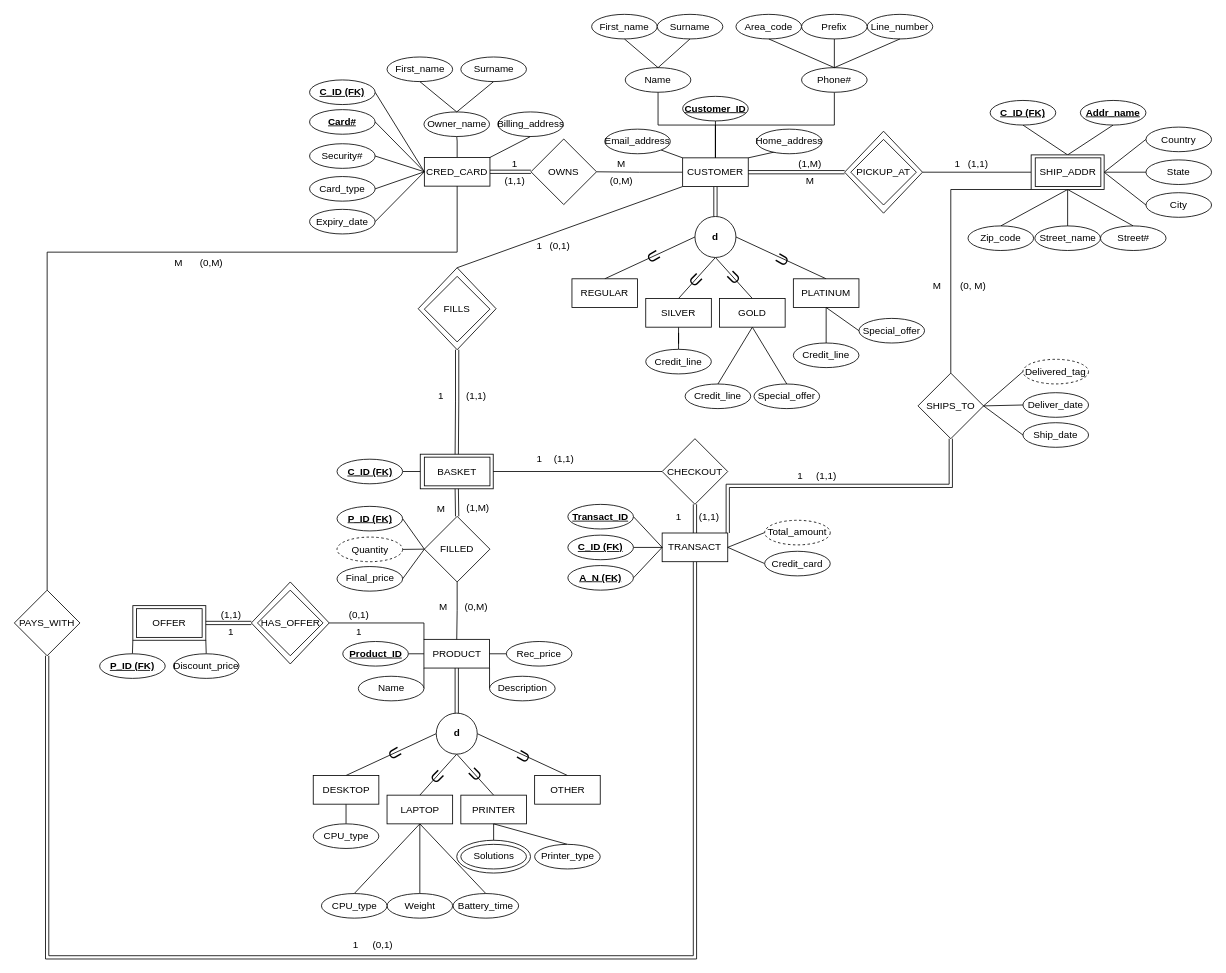
This is Project-Deliverable-1.drawio from RyBres/Database-Project, a draw.io file, before an edit. Source tidied: cells renumbered, new cells numbered last; positions are measured from the earlier drawing's top-left corner, leaving out a move shared by most shapes. Both pictures are drawn from the tidied source at 82%, with x=0, y=0 at pixel (14, 14).
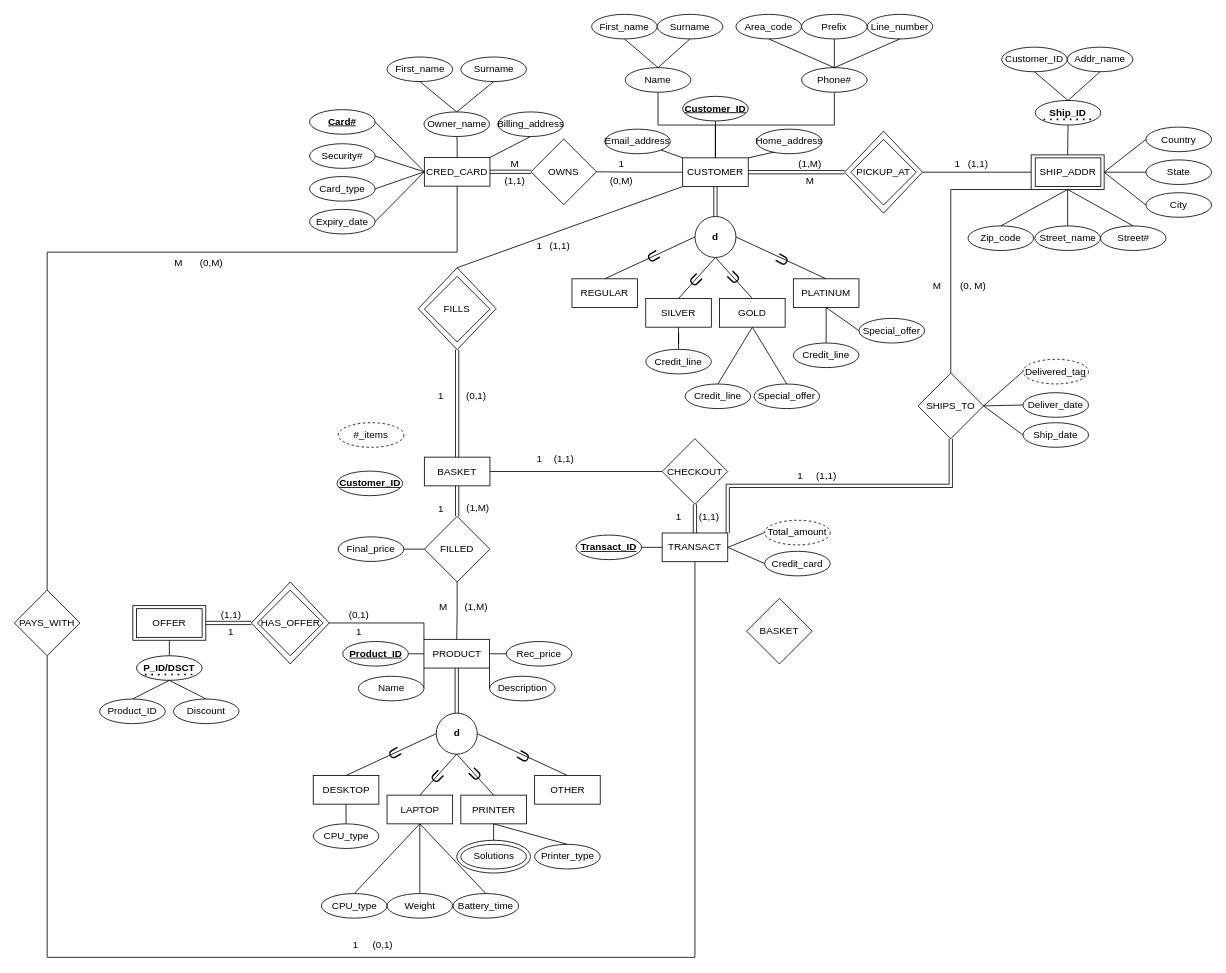
The same page after the edit.

The change refers to these unchanged cells:
```xml
<mxCell id="2" style="rhombus;whiteSpace=wrap;html=1;" parent="1" vertex="1">
  <mxGeometry x="492.5" y="309" width="95" height="100" as="geometry" />
</mxCell>
<mxCell id="4" style="rounded=0;whiteSpace=wrap;html=1;" parent="1" vertex="1">
  <mxGeometry x="144.5" y="721.1" width="89" height="42.2" as="geometry" />
</mxCell>
<mxCell id="10" value="CRED_CARD" style="rounded=0;whiteSpace=wrap;html=1;" parent="1" vertex="1">
  <mxGeometry x="500" y="174.5" width="80" height="35" as="geometry" />
</mxCell>
<mxCell id="90" value="BASKET" style="rounded=0;whiteSpace=wrap;html=1;" parent="1" vertex="1">
  <mxGeometry x="500" y="540" width="80" height="35" as="geometry" />
</mxCell>
<mxCell id="123" value="FILLED" style="rhombus;whiteSpace=wrap;html=1;" parent="1" vertex="1">
  <mxGeometry x="500" y="612.2" width="80" height="80" as="geometry" />
</mxCell>
<mxCell id="128" value="TRANSACT" style="rounded=0;whiteSpace=wrap;html=1;" parent="1" vertex="1">
  <mxGeometry x="790" y="632.5" width="80" height="35" as="geometry" />
</mxCell>
<mxCell id="130" value="CHECKOUT" style="rhombus;whiteSpace=wrap;html=1;" parent="1" vertex="1">
  <mxGeometry x="790" y="517.5" width="80" height="80" as="geometry" />
</mxCell>
<mxCell id="142" value="PAYS_WITH" style="rhombus;whiteSpace=wrap;html=1;" parent="1" vertex="1">
  <mxGeometry y="702.2" width="80" height="80" as="geometry" />
</mxCell>
<mxCell id="183" style="rounded=0;whiteSpace=wrap;html=1;" parent="182" vertex="1">
  <mxGeometry width="89" height="42.2" as="geometry" />
</mxCell>
```

The edit, as a diff of the source:
```diff
@@
+    <mxCell id="220" style="rounded=0;jettySize=auto;html=1;exitX=0.5;exitY=0;exitDx=0;exitDy=0;entryX=0.5;entryY=1;entryDx=0;entryDy=0;endArrow=none;startFill=0;" parent="1" edge="1" source="221" target="4">
+      <mxGeometry relative="1" as="geometry" />
+    </mxCell>
+    <mxCell id="221" value="&lt;b&gt;P_ID/DSCT&lt;/b&gt;" style="ellipse;whiteSpace=wrap;html=1;" parent="1" vertex="1">
+      <mxGeometry x="149" y="782.2" width="80" height="30" as="geometry" />
+    </mxCell>
@@
-    <mxCell id="3" style="rounded=0;whiteSpace=wrap;html=1;" parent="1" vertex="1">
-      <mxGeometry x="495" y="536.4" width="89" height="42.2" as="geometry" />
-    </mxCell>
@@
-    <mxCell id="8" style="edgeStyle=orthogonalEdgeStyle;rounded=0;jettySize=auto;html=1;exitX=0.5;exitY=1;exitDx=0;exitDy=0;endArrow=none;startFill=0;entryX=0.5;entryY=1;entryDx=0;entryDy=0;shape=link;" parent="1" edge="1" source="142" target="128">
+    <mxCell id="8" style="edgeStyle=orthogonalEdgeStyle;rounded=0;jettySize=auto;html=1;exitX=0.5;exitY=1;exitDx=0;exitDy=0;endArrow=none;startFill=0;entryX=0.5;entryY=1;entryDx=0;entryDy=0;" parent="1" edge="1" source="142" target="128">
       <mxGeometry relative="1" as="geometry">
         <Array as="points">
           <mxPoint x="40" y="1150" />
           <mxPoint x="830" y="1150" />
         </Array>
       </mxGeometry>
     </mxCell>
-    <mxCell id="9" style="rounded=0;jettySize=auto;html=1;exitX=0;exitY=0.5;exitDx=0;exitDy=0;entryX=1;entryY=0.5;entryDx=0;entryDy=0;endArrow=none;startFill=0;" parent="1" edge="1" source="10" target="219">
-      <mxGeometry relative="1" as="geometry" />
-    </mxCell>
@@
-    <mxCell id="39" style="rounded=0;jettySize=auto;html=1;exitX=0.5;exitY=1;exitDx=0;exitDy=0;entryX=0.5;entryY=0;entryDx=0;entryDy=0;endArrow=none;startFill=0;" parent="1" edge="1" source="40" target="183">
-      <mxGeometry relative="1" as="geometry" />
-    </mxCell>
-    <mxCell id="40" value="&lt;b&gt;&lt;u&gt;Addr_name&lt;/u&gt;&lt;/b&gt;" style="ellipse;whiteSpace=wrap;html=1;" parent="1" vertex="1">
-      <mxGeometry x="1300" y="105" width="80" height="30" as="geometry" />
-    </mxCell>
-    <mxCell id="41" style="rounded=0;jettySize=auto;html=1;exitX=0.5;exitY=1;exitDx=0;exitDy=0;entryX=0.5;entryY=0;entryDx=0;entryDy=0;endArrow=none;startFill=0;" parent="1" edge="1" source="42" target="183">
-      <mxGeometry relative="1" as="geometry" />
-    </mxCell>
-    <mxCell id="42" value="&lt;b&gt;&lt;u&gt;C_ID (FK)&lt;/u&gt;&lt;/b&gt;" style="ellipse;whiteSpace=wrap;html=1;" parent="1" vertex="1">
-      <mxGeometry x="1190" y="105" width="80" height="30" as="geometry" />
-    </mxCell>
@@
-    <mxCell id="71" style="edgeStyle=orthogonalEdgeStyle;rounded=0;jettySize=auto;html=1;exitX=0.5;exitY=0;exitDx=0;exitDy=0;entryX=0;entryY=1;entryDx=0;entryDy=0;endArrow=none;startFill=0;" parent="1" edge="1" source="72" target="4">
-      <mxGeometry relative="1" as="geometry" />
-    </mxCell>
+    <mxCell id="222" style="rounded=0;jettySize=auto;html=1;exitX=0.5;exitY=0;exitDx=0;exitDy=0;entryX=0.5;entryY=1;entryDx=0;entryDy=0;endArrow=none;startFill=0;" parent="1" edge="1" source="72" target="221">
+      <mxGeometry relative="1" as="geometry" />
+    </mxCell>
-    <mxCell id="72" value="&lt;b&gt;&lt;u&gt;P_ID (FK)&lt;/u&gt;&lt;/b&gt;" style="ellipse;whiteSpace=wrap;html=1;" parent="1" vertex="1">
-      <mxGeometry x="104" y="779.8" width="80" height="30" as="geometry" />
+    <mxCell id="72" value="Product_ID" style="ellipse;whiteSpace=wrap;html=1;" parent="1" vertex="1">
+      <mxGeometry x="104" y="835" width="80" height="30" as="geometry" />
     </mxCell>
-    <mxCell id="73" style="edgeStyle=orthogonalEdgeStyle;rounded=0;jettySize=auto;html=1;exitX=0.5;exitY=0;exitDx=0;exitDy=0;entryX=1;entryY=1;entryDx=0;entryDy=0;endArrow=none;startFill=0;" parent="1" edge="1" source="74" target="4">
-      <mxGeometry relative="1" as="geometry" />
-    </mxCell>
+    <mxCell id="223" style="rounded=0;jettySize=auto;html=1;exitX=0.5;exitY=0;exitDx=0;exitDy=0;entryX=0.5;entryY=1;entryDx=0;entryDy=0;endArrow=none;startFill=0;" parent="1" edge="1" source="74" target="221">
+      <mxGeometry relative="1" as="geometry" />
+    </mxCell>
-    <mxCell id="74" value="Discount_price" style="ellipse;whiteSpace=wrap;html=1;" parent="1" vertex="1">
-      <mxGeometry x="194" y="779.8" width="80" height="30" as="geometry" />
+    <mxCell id="74" value="Discount" style="ellipse;whiteSpace=wrap;html=1;" parent="1" vertex="1">
+      <mxGeometry x="194" y="835" width="80" height="30" as="geometry" />
     </mxCell>
@@
-    <mxCell id="88" style="edgeStyle=orthogonalEdgeStyle;rounded=0;jettySize=auto;html=1;entryX=0.5;entryY=0;entryDx=0;entryDy=0;endArrow=none;startFill=0;shape=link;exitX=0.5;exitY=1;exitDx=0;exitDy=0;" parent="1" edge="1" source="3" target="123">
+    <mxCell id="88" style="edgeStyle=orthogonalEdgeStyle;rounded=0;jettySize=auto;html=1;entryX=0.5;entryY=0;entryDx=0;entryDy=0;endArrow=none;startFill=0;shape=link;exitX=0.5;exitY=1;exitDx=0;exitDy=0;" parent="1" edge="1" source="90" target="123">
       <mxGeometry relative="1" as="geometry" />
     </mxCell>
-    <mxCell id="89" style="edgeStyle=orthogonalEdgeStyle;rounded=0;jettySize=auto;html=1;entryX=0;entryY=0.5;entryDx=0;entryDy=0;endArrow=none;startFill=0;exitX=1;exitY=0.5;exitDx=0;exitDy=0;" parent="1" edge="1" source="3" target="130">
+    <mxCell id="89" style="edgeStyle=orthogonalEdgeStyle;rounded=0;jettySize=auto;html=1;entryX=0;entryY=0.5;entryDx=0;entryDy=0;endArrow=none;startFill=0;exitX=1;exitY=0.5;exitDx=0;exitDy=0;" parent="1" edge="1" source="90" target="130">
       <mxGeometry relative="1" as="geometry" />
     </mxCell>
@@
-    <mxCell id="91" style="rounded=0;jettySize=auto;html=1;exitX=1;exitY=0.5;exitDx=0;exitDy=0;entryX=0;entryY=0.5;entryDx=0;entryDy=0;endArrow=none;startFill=0;" parent="1" edge="1" source="92" target="123">
-      <mxGeometry relative="1" as="geometry" />
-    </mxCell>
-    <mxCell id="92" value="Quantity" style="ellipse;whiteSpace=wrap;html=1;dashed=1;" parent="1" vertex="1">
-      <mxGeometry x="393.5" y="637.5" width="80" height="30" as="geometry" />
+    <mxCell id="92" value="#_items" style="ellipse;whiteSpace=wrap;html=1;dashed=1;" parent="1" vertex="1">
+      <mxGeometry x="395" y="498" width="80" height="30" as="geometry" />
     </mxCell>
@@
-    <mxCell id="119" style="edgeStyle=orthogonalEdgeStyle;rounded=0;jettySize=auto;html=1;endArrow=none;startFill=0;shape=link;entryX=0.5;entryY=0;entryDx=0;entryDy=0;exitX=0.5;exitY=1;exitDx=0;exitDy=0;" parent="1" edge="1" source="2" target="3">
+    <mxCell id="119" style="edgeStyle=orthogonalEdgeStyle;rounded=0;jettySize=auto;html=1;endArrow=none;startFill=0;shape=link;entryX=0.5;entryY=0;entryDx=0;entryDy=0;exitX=0.5;exitY=1;exitDx=0;exitDy=0;" parent="1" edge="1" source="2" target="90">
       <mxGeometry relative="1" as="geometry" />
     </mxCell>
@@
-    <mxCell id="124" style="rounded=0;jettySize=auto;html=1;exitX=1;exitY=0.5;exitDx=0;exitDy=0;endArrow=none;startFill=0;entryX=0;entryY=0.5;entryDx=0;entryDy=0;" parent="1" edge="1" source="125" target="123">
+    <mxCell id="124" style="edgeStyle=orthogonalEdgeStyle;rounded=0;jettySize=auto;html=1;exitX=1;exitY=0.5;exitDx=0;exitDy=0;entryX=0;entryY=0.5;entryDx=0;entryDy=0;endArrow=none;startFill=0;" parent="1" edge="1" source="125" target="123">
       <mxGeometry relative="1" as="geometry" />
     </mxCell>
     <mxCell id="125" value="Final_price" style="ellipse;whiteSpace=wrap;html=1;" parent="1" vertex="1">
-      <mxGeometry x="393.5" y="673.4" width="80" height="30" as="geometry" />
+      <mxGeometry x="395" y="637.2" width="80" height="30" as="geometry" />
     </mxCell>
-    <mxCell id="126" style="edgeStyle=orthogonalEdgeStyle;rounded=0;jettySize=auto;html=1;exitX=1;exitY=0.5;exitDx=0;exitDy=0;entryX=0;entryY=0.5;entryDx=0;entryDy=0;endArrow=none;startFill=0;" parent="1" edge="1" source="127" target="3">
-      <mxGeometry relative="1" as="geometry" />
-    </mxCell>
-    <mxCell id="127" value="&lt;b&gt;&lt;u&gt;C_ID (FK)&lt;/u&gt;&lt;/b&gt;" style="ellipse;whiteSpace=wrap;html=1;" parent="1" vertex="1">
-      <mxGeometry x="393.5" y="542.5" width="80" height="30" as="geometry" />
+    <mxCell id="127" value="&lt;b&gt;Customer_ID&lt;/b&gt;" style="ellipse;whiteSpace=wrap;html=1;fontStyle=4;" parent="1" vertex="1">
+      <mxGeometry x="393.5" y="557" width="80" height="30" as="geometry" />
     </mxCell>
@@
     <mxCell id="135" value="&lt;b&gt;&lt;u&gt;Transact_ID&lt;/u&gt;&lt;/b&gt;" style="ellipse;whiteSpace=wrap;html=1;" parent="1" vertex="1">
-      <mxGeometry x="675" y="597.6" width="80" height="30" as="geometry" />
+      <mxGeometry x="685" y="635" width="80" height="30" as="geometry" />
     </mxCell>
-    <mxCell id="136" style="edgeStyle=orthogonalEdgeStyle;rounded=0;jettySize=auto;html=1;exitX=1;exitY=0.5;exitDx=0;exitDy=0;entryX=0;entryY=0.5;entryDx=0;entryDy=0;endArrow=none;startFill=0;" parent="1" edge="1" source="137" target="128">
-      <mxGeometry relative="1" as="geometry" />
-    </mxCell>
-    <mxCell id="137" value="&lt;b&gt;&lt;u&gt;C_ID (FK)&lt;/u&gt;&lt;/b&gt;" style="ellipse;whiteSpace=wrap;html=1;" parent="1" vertex="1">
-      <mxGeometry x="675" y="635.1" width="80" height="30" as="geometry" />
-    </mxCell>
@@
-    <mxCell id="150" value="(0,1)" style="text;html=1;align=center;verticalAlign=middle;strokeColor=none;fillColor=none;" parent="1" vertex="1">
+    <mxCell id="150" value="(1,1)" style="text;html=1;align=center;verticalAlign=middle;strokeColor=none;fillColor=none;" parent="1" vertex="1">
       <mxGeometry x="640" y="267.8" width="50" height="30" as="geometry" />
     </mxCell>
@@
-    <mxCell id="153" value="(0,M)" style="text;html=1;align=center;verticalAlign=middle;strokeColor=none;fillColor=none;" parent="1" vertex="1">
+    <mxCell id="153" value="(1,M)" style="text;html=1;align=center;verticalAlign=middle;strokeColor=none;fillColor=none;" parent="1" vertex="1">
       <mxGeometry x="537.5" y="708" width="50" height="30" as="geometry" />
     </mxCell>
@@
-    <mxCell id="155" value="(1,1)" style="text;html=1;align=center;verticalAlign=middle;strokeColor=none;fillColor=none;" parent="1" vertex="1">
+    <mxCell id="155" value="(0,1)" style="text;html=1;align=center;verticalAlign=middle;strokeColor=none;fillColor=none;" parent="1" vertex="1">
       <mxGeometry x="537.5" y="450.8" width="50" height="30" as="geometry" />
     </mxCell>
@@
-    <mxCell id="168" value="1" style="text;html=1;align=center;verticalAlign=middle;strokeColor=none;fillColor=none;" parent="1" vertex="1">
+    <mxCell id="168" value="M" style="text;html=1;align=center;verticalAlign=middle;strokeColor=none;fillColor=none;" parent="1" vertex="1">
       <mxGeometry x="594.5" y="168" width="30" height="30" as="geometry" />
     </mxCell>
-    <mxCell id="169" value="M" style="text;html=1;align=center;verticalAlign=middle;strokeColor=none;fillColor=none;" parent="1" vertex="1">
+    <mxCell id="169" value="1" style="text;html=1;align=center;verticalAlign=middle;strokeColor=none;fillColor=none;" parent="1" vertex="1">
       <mxGeometry x="725" y="168" width="30" height="30" as="geometry" />
     </mxCell>
@@
-    <mxCell id="171" value="M" style="text;html=1;align=center;verticalAlign=middle;strokeColor=none;fillColor=none;" parent="1" vertex="1">
+    <mxCell id="171" value="1" style="text;html=1;align=center;verticalAlign=middle;strokeColor=none;fillColor=none;" parent="1" vertex="1">
       <mxGeometry x="505" y="588" width="30" height="30" as="geometry" />
     </mxCell>
@@
-    <mxCell id="215" style="rounded=0;jettySize=auto;html=1;exitX=1;exitY=0.5;exitDx=0;exitDy=0;entryX=0;entryY=0.5;entryDx=0;entryDy=0;endArrow=none;startFill=0;" parent="1" edge="1" source="216" target="123">
-      <mxGeometry relative="1" as="geometry" />
-    </mxCell>
-    <mxCell id="216" value="&lt;b&gt;&lt;u&gt;P_ID (FK)&lt;/u&gt;&lt;/b&gt;" style="ellipse;whiteSpace=wrap;html=1;" parent="1" vertex="1">
-      <mxGeometry x="393.5" y="600" width="80" height="30" as="geometry" />
-    </mxCell>
-    <mxCell id="217" style="rounded=0;jettySize=auto;html=1;exitX=1;exitY=0.5;exitDx=0;exitDy=0;entryX=0;entryY=0.5;entryDx=0;entryDy=0;endArrow=none;startFill=0;" parent="1" edge="1" source="218" target="128">
-      <mxGeometry relative="1" as="geometry" />
-    </mxCell>
-    <mxCell id="218" value="&lt;b&gt;&lt;u&gt;A_N (FK)&lt;/u&gt;&lt;/b&gt;" style="ellipse;whiteSpace=wrap;html=1;" parent="1" vertex="1">
-      <mxGeometry x="675" y="672.2" width="80" height="30" as="geometry" />
-    </mxCell>
-    <mxCell id="219" value="&lt;b&gt;&lt;u&gt;C_ID (FK)&lt;/u&gt;&lt;/b&gt;" style="ellipse;whiteSpace=wrap;html=1;" parent="1" vertex="1">
-      <mxGeometry x="360" y="80" width="80" height="30" as="geometry" />
-    </mxCell>
+    <mxCell id="224" style="endArrow=none;dashed=1;html=1;dashPattern=1 3;strokeWidth=2;rounded=0;" parent="1" edge="1">
+      <mxGeometry relative="1" as="geometry">
+        <mxPoint x="159.1" y="805.2" as="sourcePoint" />
+        <mxPoint x="223" y="805" as="targetPoint" />
+      </mxGeometry>
+    </mxCell>
+    <mxCell id="225" style="group;" parent="1" vertex="1">
+      <mxGeometry x="1200" y="40" width="170" height="100" as="geometry" />
+    </mxCell>
+    <mxCell id="226" value="Customer_ID" style="ellipse;whiteSpace=wrap;html=1;" parent="225" vertex="1">
+      <mxGeometry x="4" width="80" height="30" as="geometry" />
+    </mxCell>
+    <mxCell id="40" value="Addr_name" style="ellipse;whiteSpace=wrap;html=1;" parent="225" vertex="1">
+      <mxGeometry x="84" width="80" height="30" as="geometry" />
+    </mxCell>
+    <mxCell id="227" style="group;" parent="225" vertex="1">
+      <mxGeometry x="40" y="60" width="90" height="40" as="geometry" />
+    </mxCell>
+    <mxCell id="228" value="&lt;b&gt;Ship_ID&lt;/b&gt;" style="ellipse;whiteSpace=wrap;html=1;perimeterSpacing=0;" parent="227" vertex="1">
+      <mxGeometry x="5" y="5" width="80" height="30" as="geometry" />
+    </mxCell>
+    <mxCell id="229" style="endArrow=none;dashed=1;html=1;dashPattern=1 3;strokeWidth=2;rounded=0;" parent="227" edge="1">
+      <mxGeometry relative="1" as="geometry">
+        <mxPoint x="15.1" y="28.2" as="sourcePoint" />
+        <mxPoint x="79" y="28" as="targetPoint" />
+      </mxGeometry>
+    </mxCell>
+    <mxCell id="230" style="rounded=0;jettySize=auto;html=1;endArrow=none;startFill=0;exitX=0.5;exitY=0;exitDx=0;exitDy=0;entryX=0.5;entryY=1;entryDx=0;entryDy=0;" parent="225" edge="1" source="228" target="40">
+      <mxGeometry relative="1" as="geometry" />
+    </mxCell>
+    <mxCell id="231" style="rounded=0;jettySize=auto;html=1;endArrow=none;startFill=0;exitX=0.5;exitY=0;exitDx=0;exitDy=0;entryX=0.5;entryY=1;entryDx=0;entryDy=0;" parent="225" edge="1" source="228" target="226">
+      <mxGeometry relative="1" as="geometry" />
+    </mxCell>
+    <mxCell id="232" style="edgeStyle=orthogonalEdgeStyle;rounded=0;jettySize=auto;html=1;exitX=0.5;exitY=0;exitDx=0;exitDy=0;entryX=0.5;entryY=1;entryDx=0;entryDy=0;endArrow=none;startFill=0;" parent="1" edge="1" source="183" target="228">
+      <mxGeometry relative="1" as="geometry" />
+    </mxCell>
+    <mxCell id="233" value="BASKET" style="rhombus;whiteSpace=wrap;html=1;" parent="1" vertex="1">
+      <mxGeometry x="893" y="712.2" width="80" height="80" as="geometry" />
+    </mxCell>
```
